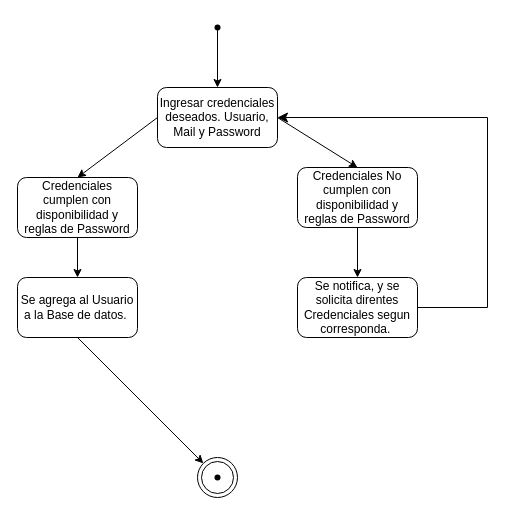
This is Untitled Diagram.drawio from blastorp/ProyectoFinalPezDoradoWeb, a draw.io file, before an edit. Source tidied: cells renumbered, new cells numbered last; positions are measured from the earlier drawing's top-left corner, leaving out a move shared by most shapes. Both pictures are drawn from the tidied source at 100%, with x=0, y=0 at pixel (17, 17).
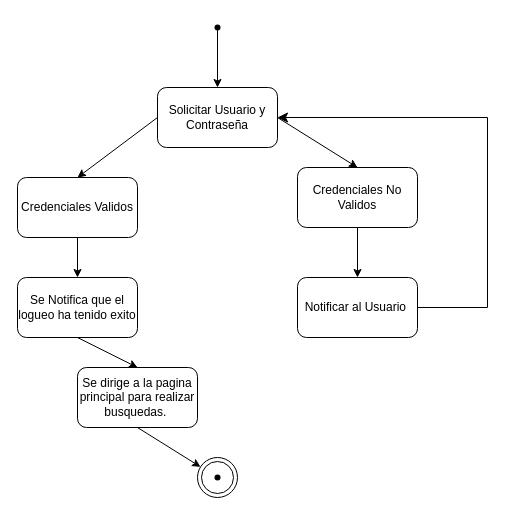
After the change.

Unchanged cells that the change refers to:
```xml
<mxCell id="9" style="ellipse;shape=doubleEllipse;whiteSpace=wrap;html=1;fillColor=none;" parent="1" vertex="1">
  <mxGeometry x="180" y="440" width="40" height="40" as="geometry" />
</mxCell>
```

Diff of the diagram source:
```diff
@@
-    <mxCell id="2" value="Ingresar credenciales deseados. Usuario, Mail y Password" style="rounded=1;whiteSpace=wrap;html=1;" parent="1" vertex="1">
+    <mxCell id="2" value="Solicitar Usuario y Contraseña" style="rounded=1;whiteSpace=wrap;html=1;" parent="1" vertex="1">
       <mxGeometry x="140" y="70" width="120" height="60" as="geometry" />
     </mxCell>
-    <mxCell id="3" value="Credenciales cumplen con disponibilidad y reglas de Password" style="rounded=1;whiteSpace=wrap;html=1;" parent="1" vertex="1">
+    <mxCell id="3" value="Credenciales Validos" style="rounded=1;whiteSpace=wrap;html=1;" parent="1" vertex="1">
       <mxGeometry y="160" width="120" height="60" as="geometry" />
     </mxCell>
-    <mxCell id="4" value="Se agrega al Usuario a la Base de datos.&amp;nbsp;" style="rounded=1;whiteSpace=wrap;html=1;" parent="1" vertex="1">
+    <mxCell id="4" value="Se Notifica que el logueo ha tenido exito" style="rounded=1;whiteSpace=wrap;html=1;" parent="1" vertex="1">
       <mxGeometry y="260" width="120" height="60" as="geometry" />
     </mxCell>
-    <mxCell id="5" value="Credenciales No cumplen con disponibilidad y reglas de Password" style="rounded=1;whiteSpace=wrap;html=1;" parent="1" vertex="1">
+    <mxCell id="5" value="Credenciales No Validos" style="rounded=1;whiteSpace=wrap;html=1;" parent="1" vertex="1">
       <mxGeometry x="280" y="150" width="120" height="60" as="geometry" />
     </mxCell>
-    <mxCell id="6" value="Se notifica, y se solicita direntes Credenciales segun corresponda.&amp;nbsp;" style="rounded=1;whiteSpace=wrap;html=1;" parent="1" vertex="1">
+    <mxCell id="6" value="Notificar al Usuario&amp;nbsp;" style="rounded=1;whiteSpace=wrap;html=1;" parent="1" vertex="1">
       <mxGeometry x="280" y="260" width="120" height="60" as="geometry" />
     </mxCell>
@@
-    <mxCell id="16" style="endArrow=classic;html=1;rounded=0;exitX=0.5;exitY=1;exitDx=0;exitDy=0;" parent="1" edge="1" source="4" target="9">
+    <mxCell id="16" style="endArrow=classic;html=1;rounded=0;exitX=0.5;exitY=1;exitDx=0;exitDy=0;" parent="1" edge="1" source="17" target="9">
       <mxGeometry relative="1" as="geometry" />
     </mxCell>
+    <mxCell id="17" value="Se dirige a la pagina principal para realizar busquedas.&amp;nbsp;" style="rounded=1;whiteSpace=wrap;html=1;fillColor=none;" parent="1" vertex="1">
+      <mxGeometry x="60" y="350" width="120" height="60" as="geometry" />
+    </mxCell>
+    <mxCell id="18" style="endArrow=classic;html=1;rounded=0;exitX=0.5;exitY=1;exitDx=0;exitDy=0;entryX=0.5;entryY=0;entryDx=0;entryDy=0;" parent="1" edge="1" source="4" target="17">
+      <mxGeometry relative="1" as="geometry" />
+    </mxCell>
```
